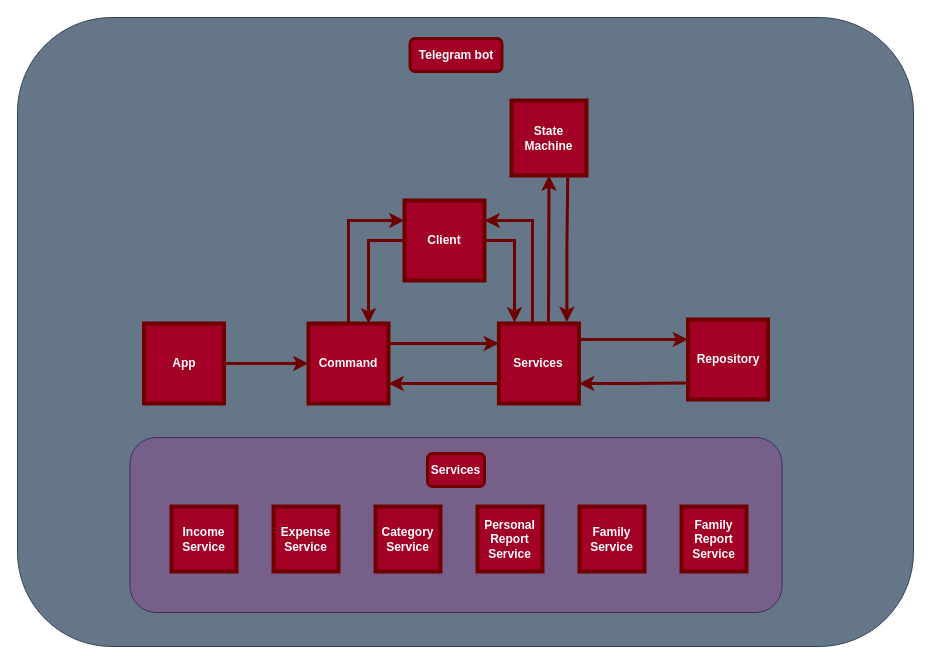
Above: tg_financial_bot.drawio in CBeredIOk/financial_bot (draw.io), before the change. Source tidied: cells renumbered, new cells numbered last; positions are measured from the earlier drawing's top-left corner, leaving out a move shared by most shapes. Both pictures are drawn from the tidied source at 100%, with x=0, y=0 at pixel (17, 17).
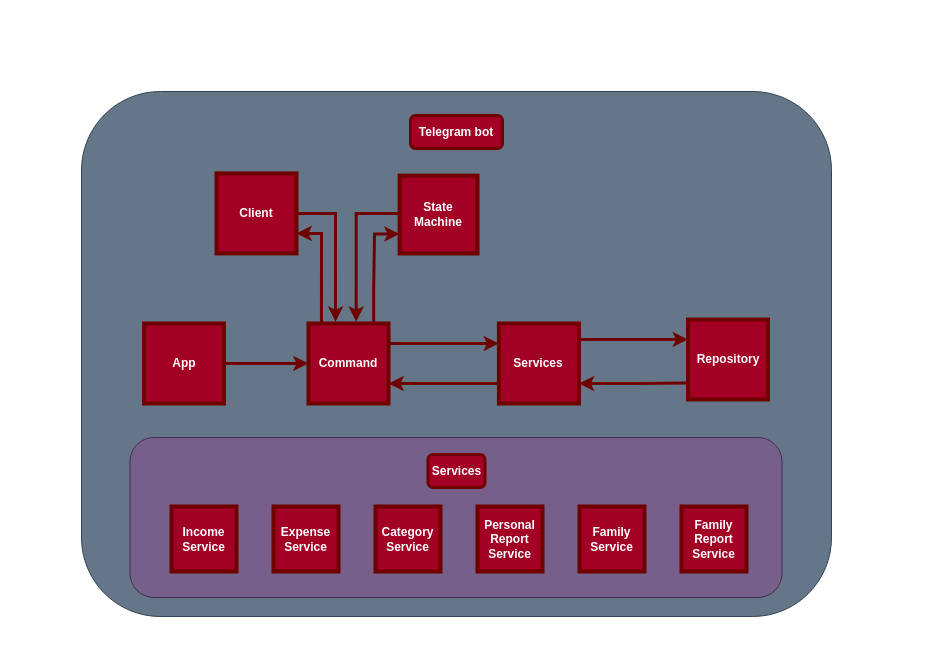
The same page after the edit.

Unchanged cells that the change refers to:
```xml
<mxCell id="19" value="&lt;b&gt;Command&lt;/b&gt;" style="whiteSpace=wrap;html=1;fillColor=#a20025;strokeColor=#6F0000;fontColor=#ffffff;strokeWidth=4;" parent="1" vertex="1">
  <mxGeometry x="291" y="306" width="80" height="80" as="geometry" />
</mxCell>
<mxCell id="25" value="&lt;b&gt;Services&lt;/b&gt;" style="whiteSpace=wrap;html=1;fillColor=#a20025;strokeColor=#6F0000;fontColor=#ffffff;strokeWidth=4;" parent="1" vertex="1">
  <mxGeometry x="481.4" y="306" width="80" height="80" as="geometry" />
</mxCell>
```

What changed in the source:
```diff
@@
-    <mxCell id="3" style="rounded=1;whiteSpace=wrap;html=1;fillColor=#647687;fontColor=#ffffff;strokeColor=#314354;" parent="1" vertex="1">
-      <mxGeometry width="896" height="629" as="geometry" />
+    <mxCell id="3" style="rounded=1;whiteSpace=wrap;html=1;fillColor=#647687;fontColor=#ffffff;strokeColor=#314354;fontSize=12;labelBorderColor=none;perimeterSpacing=0;" parent="1" vertex="1">
+      <mxGeometry x="64" y="74" width="750" height="525" as="geometry" />
     </mxCell>
     <mxCell id="4" style="rounded=1;whiteSpace=wrap;html=1;fillColor=#76608a;strokeColor=#432D57;fontColor=#ffffff;" parent="1" vertex="1">
-      <mxGeometry x="112.5" y="420" width="652" height="175" as="geometry" />
+      <mxGeometry x="112.5" y="420" width="652" height="160" as="geometry" />
     </mxCell>
@@
     <mxCell id="8" value="&lt;b&gt;Services&lt;/b&gt;" style="rounded=1;whiteSpace=wrap;html=1;fillColor=#a20025;fontColor=#ffffff;strokeColor=#6F0000;strokeWidth=3;" parent="1" vertex="1">
-      <mxGeometry x="410" y="436" width="57" height="33" as="geometry" />
+      <mxGeometry x="410.5" y="437" width="57" height="33" as="geometry" />
     </mxCell>
     <mxCell id="9" value="&lt;b&gt;Telegram bot&lt;/b&gt;" style="rounded=1;whiteSpace=wrap;html=1;fillColor=#a20025;fontColor=#ffffff;strokeColor=#6F0000;strokeWidth=3;" parent="1" vertex="1">
-      <mxGeometry x="392.5" y="21" width="92" height="33" as="geometry" />
+      <mxGeometry x="393" y="98" width="92" height="33" as="geometry" />
     </mxCell>
@@
-    <mxCell id="18" style="edgeStyle=orthogonalEdgeStyle;rounded=0;jettySize=auto;html=1;exitX=0.5;exitY=0;exitDx=0;exitDy=0;startArrow=none;startFill=0;endArrow=classic;endFill=1;fillColor=#a20025;strokeColor=#6F0000;strokeWidth=3;entryX=0;entryY=0.25;entryDx=0;entryDy=0;" parent="1" edge="1" source="19" target="21">
+    <mxCell id="18" style="edgeStyle=orthogonalEdgeStyle;rounded=0;jettySize=auto;html=1;exitX=0.162;exitY=-0.008;exitDx=0;exitDy=0;startArrow=none;startFill=0;endArrow=classic;endFill=1;fillColor=#a20025;strokeColor=#6F0000;strokeWidth=3;entryX=1;entryY=0.75;entryDx=0;entryDy=0;exitPerimeter=0;" parent="1" edge="1" source="19" target="21">
       <mxGeometry relative="1" as="geometry" />
     </mxCell>
@@
-    <mxCell id="20" style="edgeStyle=orthogonalEdgeStyle;rounded=0;jettySize=auto;html=1;exitX=1;exitY=0.25;exitDx=0;exitDy=0;entryX=0.42;entryY=-0.023;entryDx=0;entryDy=0;fillColor=#a20025;strokeColor=#6F0000;strokeWidth=3;startArrow=classic;startFill=1;endArrow=none;endFill=0;entryPerimeter=0;" parent="1" edge="1" source="21" target="25">
-      <mxGeometry relative="1" as="geometry" />
-    </mxCell>
     <mxCell id="21" value="&lt;b&gt;Client&lt;/b&gt;" style="whiteSpace=wrap;html=1;fillColor=#a20025;strokeColor=#6F0000;fontColor=#ffffff;strokeWidth=4;" parent="1" vertex="1">
-      <mxGeometry x="387" y="183" width="80" height="80" as="geometry" />
+      <mxGeometry x="199" y="155.9" width="80" height="80" as="geometry" />
     </mxCell>
     <mxCell id="22" value="&lt;b&gt;State Machine&lt;/b&gt;" style="whiteSpace=wrap;html=1;fillColor=#a20025;strokeColor=#6F0000;fontColor=#ffffff;strokeWidth=4;" parent="1" vertex="1">
-      <mxGeometry x="494" y="83" width="75" height="75" as="geometry" />
+      <mxGeometry x="382.1" y="158.1" width="77.9" height="77.9" as="geometry" />
     </mxCell>
@@
-    <mxCell id="24" style="edgeStyle=orthogonalEdgeStyle;rounded=0;jettySize=auto;html=1;exitX=0.195;exitY=-0.013;exitDx=0;exitDy=0;entryX=1;entryY=0.5;entryDx=0;entryDy=0;fillColor=#a20025;strokeColor=#6F0000;strokeWidth=3;startArrow=classic;startFill=1;endArrow=none;endFill=0;exitPerimeter=0;" parent="1" edge="1" source="25" target="21">
-      <mxGeometry relative="1" as="geometry" />
-    </mxCell>
@@
-    <mxCell id="26" style="edgeStyle=orthogonalEdgeStyle;rounded=0;jettySize=auto;html=1;exitX=0.75;exitY=0;exitDx=0;exitDy=0;fillColor=#a20025;strokeColor=#6F0000;strokeWidth=3;startArrow=classic;startFill=1;endArrow=none;endFill=0;entryX=0;entryY=0.5;entryDx=0;entryDy=0;" parent="1" edge="1" source="19" target="21">
-      <mxGeometry relative="1" as="geometry" />
+    <mxCell id="26" style="edgeStyle=orthogonalEdgeStyle;rounded=0;jettySize=auto;html=1;fillColor=#a20025;strokeColor=#6F0000;strokeWidth=3;startArrow=classic;startFill=1;endArrow=none;endFill=0;entryX=1;entryY=0.5;entryDx=0;entryDy=0;exitX=0.338;exitY=-0.022;exitDx=0;exitDy=0;exitPerimeter=0;" parent="1" edge="1" source="19" target="21">
+      <mxGeometry relative="1" as="geometry">
+        <Array as="points">
+          <mxPoint x="318" y="196" />
+        </Array>
+      </mxGeometry>
     </mxCell>
@@
-    <mxCell id="28" style="edgeStyle=orthogonalEdgeStyle;rounded=0;jettySize=auto;html=1;fillColor=#a20025;strokeColor=#6F0000;strokeWidth=3;entryX=0.5;entryY=1;entryDx=0;entryDy=0;" parent="1" edge="1" target="22">
+    <mxCell id="28" style="edgeStyle=orthogonalEdgeStyle;rounded=0;jettySize=auto;html=1;fillColor=#a20025;strokeColor=#6F0000;strokeWidth=3;entryX=0;entryY=0.75;entryDx=0;entryDy=0;exitX=0.815;exitY=-0.018;exitDx=0;exitDy=0;exitPerimeter=0;" parent="1" edge="1" source="19" target="22">
       <mxGeometry relative="1" as="geometry">
-        <mxPoint x="531" y="304" as="sourcePoint" />
+        <Array as="points">
+          <mxPoint x="356" y="271" />
+          <mxPoint x="357" y="271" />
+          <mxPoint x="357" y="217" />
+        </Array>
       </mxGeometry>
     </mxCell>
-    <mxCell id="29" style="edgeStyle=orthogonalEdgeStyle;rounded=0;jettySize=auto;html=1;exitX=0.85;exitY=-0.018;exitDx=0;exitDy=0;fillColor=#a20025;strokeColor=#6F0000;strokeWidth=3;startArrow=classic;startFill=1;endArrow=none;endFill=0;exitPerimeter=0;entryX=0.75;entryY=1;entryDx=0;entryDy=0;" parent="1" edge="1" source="25" target="22">
-      <mxGeometry relative="1" as="geometry" />
+    <mxCell id="29" style="edgeStyle=orthogonalEdgeStyle;rounded=0;jettySize=auto;html=1;fillColor=#a20025;strokeColor=#6F0000;strokeWidth=3;startArrow=classic;startFill=1;endArrow=none;endFill=0;entryX=0;entryY=0.5;entryDx=0;entryDy=0;exitX=0.596;exitY=-0.022;exitDx=0;exitDy=0;exitPerimeter=0;" parent="1" edge="1" source="19" target="22">
+      <mxGeometry relative="1" as="geometry">
+        <Array as="points">
+          <mxPoint x="339" y="196" />
+          <mxPoint x="382" y="196" />
+        </Array>
+      </mxGeometry>
     </mxCell>
```
